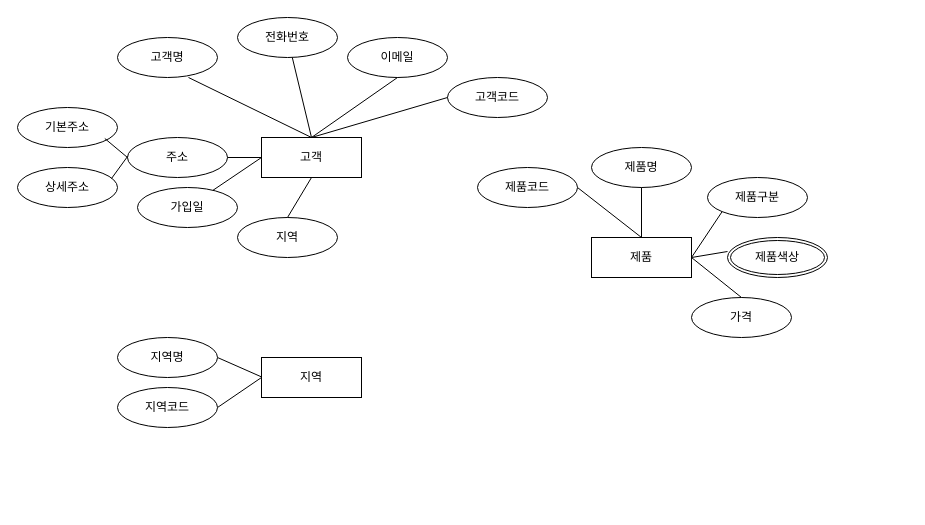
Before: inflearn_erd.drawio in SaSr1218/erd-inflearn-, a draw.io diagram. Source tidied: cells renumbered, new cells numbered last; positions are measured from the earlier drawing's top-left corner, leaving out a move shared by most shapes. Both pictures are drawn from the tidied source at 100%, with x=0, y=0 at pixel (17, 17).
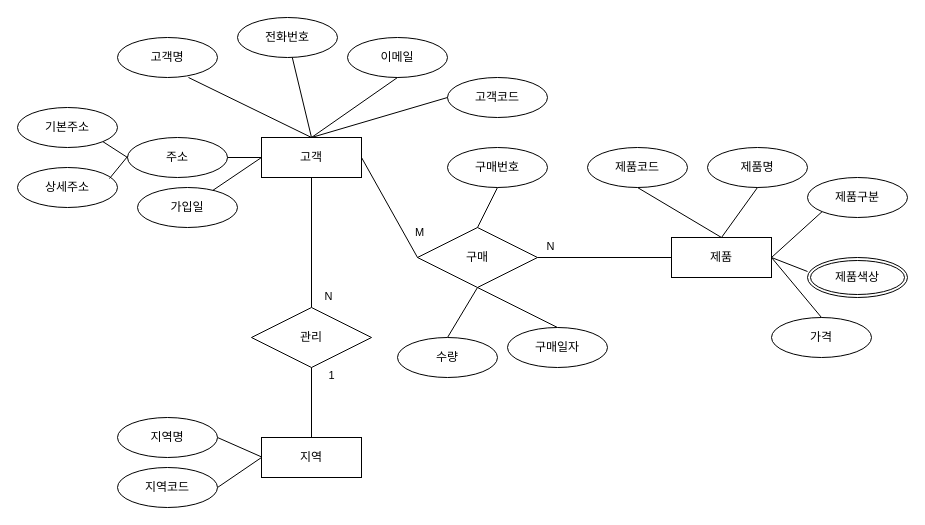
The same diagram, later.

Commit message:
inflearn_erd.drawio 업데이트(섹션3-8강)

The change refers to these unchanged cells:
```xml
<mxCell id="2" value="고객" style="whiteSpace=wrap;html=1;align=center;" parent="1" vertex="1">
  <mxGeometry x="244" y="120" width="100" height="40" as="geometry" />
</mxCell>
<mxCell id="9" value="주소" style="ellipse;whiteSpace=wrap;html=1;align=center;" parent="1" vertex="1">
  <mxGeometry x="110" y="120" width="100" height="40" as="geometry" />
</mxCell>
<mxCell id="11" value="기본주소" style="ellipse;whiteSpace=wrap;html=1;align=center;" parent="1" vertex="1">
  <mxGeometry y="90" width="100" height="40" as="geometry" />
</mxCell>
<mxCell id="12" value="상세주소" style="ellipse;whiteSpace=wrap;html=1;align=center;" parent="1" vertex="1">
  <mxGeometry y="150" width="100" height="40" as="geometry" />
</mxCell>
```

Change to the diagram source:
```diff
@@
-    <mxCell id="19" style="endArrow=none;html=1;rounded=0;entryX=0.94;entryY=0.275;entryDx=0;entryDy=0;entryPerimeter=0;" parent="1" edge="1" target="12">
+    <mxCell id="19" style="endArrow=none;html=1;rounded=0;entryX=0.92;entryY=0.275;entryDx=0;entryDy=0;entryPerimeter=0;" parent="1" edge="1" target="12">
       <mxGeometry relative="1" as="geometry">
         <mxPoint x="110" y="139" as="sourcePoint" />
       </mxGeometry>
     </mxCell>
-    <mxCell id="20" style="endArrow=none;html=1;rounded=0;entryX=0.873;entryY=0.775;entryDx=0;entryDy=0;entryPerimeter=0;exitX=0;exitY=0.5;exitDx=0;exitDy=0;" parent="1" edge="1" source="9" target="11">
+    <mxCell id="20" style="endArrow=none;html=1;rounded=0;entryX=1;entryY=1;entryDx=0;entryDy=0;exitX=0;exitY=0.5;exitDx=0;exitDy=0;" parent="1" edge="1" source="9" target="11">
       <mxGeometry relative="1" as="geometry" />
     </mxCell>
-    <mxCell id="21" value="지역" style="ellipse;whiteSpace=wrap;html=1;align=center;" parent="1" vertex="1">
-      <mxGeometry x="220" y="200" width="100" height="40" as="geometry" />
-    </mxCell>
-    <mxCell id="22" style="endArrow=none;html=1;rounded=0;exitX=0.5;exitY=1;exitDx=0;exitDy=0;entryX=0.5;entryY=0;entryDx=0;entryDy=0;" parent="1" edge="1" source="2" target="21">
+    <mxCell id="22" style="endArrow=none;html=1;rounded=0;exitX=0.5;exitY=1;exitDx=0;exitDy=0;entryX=0.5;entryY=0;entryDx=0;entryDy=0;" parent="1" edge="1" source="2" target="40">
       <mxGeometry relative="1" as="geometry" />
     </mxCell>
+    <mxCell id="39" value="N" style="edgeLabel;html=1;align=center;verticalAlign=middle;" parent="22" vertex="1">
+      <mxGeometry x="0.62" y="1" relative="1" as="geometry">
+        <mxPoint x="15" y="13" as="offset" />
+      </mxGeometry>
+    </mxCell>
     <mxCell id="23" value="지역" style="whiteSpace=wrap;html=1;align=center;" parent="1" vertex="1">
-      <mxGeometry x="244" y="340" width="100" height="40" as="geometry" />
+      <mxGeometry x="244" y="420" width="100" height="40" as="geometry" />
     </mxCell>
     <mxCell id="24" style="endArrow=none;html=1;rounded=0;" parent="1" edge="1">
       <mxGeometry relative="1" as="geometry">
-        <mxPoint x="244" y="359.4" as="sourcePoint" />
-        <mxPoint x="200" y="340" as="targetPoint" />
+        <mxPoint x="244" y="439.4" as="sourcePoint" />
+        <mxPoint x="200" y="420" as="targetPoint" />
       </mxGeometry>
     </mxCell>
@@
     <mxCell id="26" value="지역명" style="ellipse;whiteSpace=wrap;html=1;align=center;" parent="1" vertex="1">
-      <mxGeometry x="100" y="320" width="100" height="40" as="geometry" />
+      <mxGeometry x="100" y="400" width="100" height="40" as="geometry" />
     </mxCell>
     <mxCell id="27" value="지역코드" style="ellipse;whiteSpace=wrap;html=1;align=center;" parent="1" vertex="1">
-      <mxGeometry x="100" y="370" width="100" height="40" as="geometry" />
+      <mxGeometry x="100" y="450" width="100" height="40" as="geometry" />
     </mxCell>
     <mxCell id="28" value="제품" style="whiteSpace=wrap;html=1;align=center;" parent="1" vertex="1">
-      <mxGeometry x="574" y="220" width="100" height="40" as="geometry" />
+      <mxGeometry x="654" y="220" width="100" height="40" as="geometry" />
     </mxCell>
-    <mxCell id="29" style="endArrow=none;html=1;rounded=0;exitX=0.5;exitY=0;exitDx=0;exitDy=0;entryX=1;entryY=0.5;entryDx=0;entryDy=0;" parent="1" edge="1" source="28" target="31">
+    <mxCell id="29" style="endArrow=none;html=1;rounded=0;exitX=0.5;exitY=0;exitDx=0;exitDy=0;entryX=0.5;entryY=1;entryDx=0;entryDy=0;" parent="1" edge="1" source="28" target="31">
       <mxGeometry relative="1" as="geometry" />
     </mxCell>
     <mxCell id="30" value="제품명" style="ellipse;whiteSpace=wrap;html=1;align=center;" parent="1" vertex="1">
-      <mxGeometry x="574" y="130" width="100" height="40" as="geometry" />
+      <mxGeometry x="690" y="130" width="100" height="40" as="geometry" />
     </mxCell>
     <mxCell id="31" value="제품코드" style="ellipse;whiteSpace=wrap;html=1;align=center;" parent="1" vertex="1">
-      <mxGeometry x="460" y="150" width="100" height="40" as="geometry" />
+      <mxGeometry x="570" y="130" width="100" height="40" as="geometry" />
     </mxCell>
     <mxCell id="32" value="제품구분" style="ellipse;whiteSpace=wrap;html=1;align=center;" parent="1" vertex="1">
-      <mxGeometry x="690" y="160" width="100" height="40" as="geometry" />
+      <mxGeometry x="790" y="160" width="100" height="40" as="geometry" />
     </mxCell>
     <mxCell id="33" value="가격" style="ellipse;whiteSpace=wrap;html=1;align=center;" parent="1" vertex="1">
-      <mxGeometry x="674" y="280" width="100" height="40" as="geometry" />
+      <mxGeometry x="754" y="300" width="100" height="40" as="geometry" />
     </mxCell>
     <mxCell id="34" value="제품색상" style="ellipse;shape=doubleEllipse;margin=3;whiteSpace=wrap;html=1;align=center;" parent="1" vertex="1">
-      <mxGeometry x="710" y="220" width="100" height="40" as="geometry" />
+      <mxGeometry x="790" y="240" width="100" height="40" as="geometry" />
     </mxCell>
@@
     <mxCell id="36" style="endArrow=none;html=1;rounded=0;exitX=0.5;exitY=0;exitDx=0;exitDy=0;entryX=0;entryY=1;entryDx=0;entryDy=0;" parent="1" edge="1" target="32">
       <mxGeometry relative="1" as="geometry">
-        <mxPoint x="674" y="240" as="sourcePoint" />
+        <mxPoint x="754" y="240" as="sourcePoint" />
       </mxGeometry>
     </mxCell>
-    <mxCell id="37" style="endArrow=none;html=1;rounded=0;exitX=1;exitY=0.5;exitDx=0;exitDy=0;entryX=0;entryY=1;entryDx=0;entryDy=0;" parent="1" edge="1" source="28">
-      <mxGeometry relative="1" as="geometry">
-        <mxPoint x="710" y="234" as="targetPoint" />
-      </mxGeometry>
+    <mxCell id="37" style="endArrow=none;html=1;rounded=0;exitX=1;exitY=0.5;exitDx=0;exitDy=0;entryX=0;entryY=0.35;entryDx=0;entryDy=0;entryPerimeter=0;" parent="1" edge="1" source="28" target="34">
+      <mxGeometry relative="1" as="geometry" />
     </mxCell>
@@
+    <mxCell id="40" value="관리" style="shape=rhombus;perimeter=rhombusPerimeter;whiteSpace=wrap;html=1;align=center;" parent="1" vertex="1">
+      <mxGeometry x="234" y="290" width="120" height="60" as="geometry" />
+    </mxCell>
+    <mxCell id="41" value="구매" style="shape=rhombus;perimeter=rhombusPerimeter;whiteSpace=wrap;html=1;align=center;" parent="1" vertex="1">
+      <mxGeometry x="400" y="210" width="120" height="60" as="geometry" />
+    </mxCell>
+    <mxCell id="42" style="endArrow=none;html=1;rounded=0;exitX=0.5;exitY=1;exitDx=0;exitDy=0;entryX=0.5;entryY=0;entryDx=0;entryDy=0;" parent="1" edge="1" source="40">
+      <mxGeometry relative="1" as="geometry">
+        <mxPoint x="294" y="420" as="targetPoint" />
+      </mxGeometry>
+    </mxCell>
+    <mxCell id="43" style="endArrow=none;html=1;rounded=0;exitX=1;exitY=0.5;exitDx=0;exitDy=0;entryX=0;entryY=0.5;entryDx=0;entryDy=0;" parent="1" edge="1" source="2" target="41">
+      <mxGeometry relative="1" as="geometry" />
+    </mxCell>
+    <mxCell id="44" style="endArrow=none;html=1;rounded=0;entryX=0.5;entryY=0;entryDx=0;entryDy=0;exitX=0.5;exitY=1;exitDx=0;exitDy=0;" parent="1" edge="1" source="47" target="41">
+      <mxGeometry relative="1" as="geometry" />
+    </mxCell>
+    <mxCell id="45" style="endArrow=none;html=1;rounded=0;exitX=0.5;exitY=1;exitDx=0;exitDy=0;entryX=0.5;entryY=0;entryDx=0;entryDy=0;" parent="1" edge="1" source="41" target="48">
+      <mxGeometry relative="1" as="geometry" />
+    </mxCell>
+    <mxCell id="46" style="endArrow=none;html=1;rounded=0;exitX=0.5;exitY=1;exitDx=0;exitDy=0;entryX=0.5;entryY=0;entryDx=0;entryDy=0;" parent="1" edge="1" source="41" target="49">
+      <mxGeometry relative="1" as="geometry" />
+    </mxCell>
+    <mxCell id="47" value="구매번호" style="ellipse;whiteSpace=wrap;html=1;align=center;" parent="1" vertex="1">
+      <mxGeometry x="430" y="130" width="100" height="40" as="geometry" />
+    </mxCell>
+    <mxCell id="48" value="수량" style="ellipse;whiteSpace=wrap;html=1;align=center;" parent="1" vertex="1">
+      <mxGeometry x="380" y="320" width="100" height="40" as="geometry" />
+    </mxCell>
+    <mxCell id="49" value="구매일자" style="ellipse;whiteSpace=wrap;html=1;align=center;" parent="1" vertex="1">
+      <mxGeometry x="490" y="310" width="100" height="40" as="geometry" />
+    </mxCell>
+    <mxCell id="50" value="1" style="edgeLabel;html=1;align=center;verticalAlign=middle;" parent="1" vertex="1">
+      <mxGeometry x="340" y="360" as="geometry">
+        <mxPoint x="-27" y="-3" as="offset" />
+      </mxGeometry>
+    </mxCell>
+    <mxCell id="51" style="endArrow=none;html=1;rounded=0;exitX=1;exitY=0.5;exitDx=0;exitDy=0;entryX=0;entryY=0.5;entryDx=0;entryDy=0;" parent="1" edge="1" source="41" target="28">
+      <mxGeometry relative="1" as="geometry" />
+    </mxCell>
+    <mxCell id="52" value="N" style="edgeLabel;html=1;align=center;verticalAlign=middle;" parent="1" vertex="1">
+      <mxGeometry x="371" y="244" as="geometry">
+        <mxPoint x="161" y="-16" as="offset" />
+      </mxGeometry>
+    </mxCell>
+    <mxCell id="53" value="M" style="edgeLabel;html=1;align=center;verticalAlign=middle;" parent="1" vertex="1">
+      <mxGeometry x="240" y="230" as="geometry">
+        <mxPoint x="161" y="-16" as="offset" />
+      </mxGeometry>
+    </mxCell>
```
